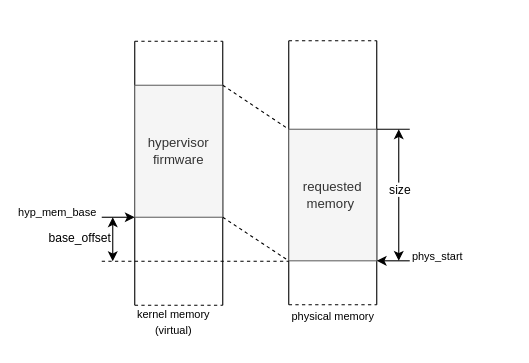
This is hypervisor memory.drawio from zhouhaoan/drawios, a draw.io file, before an edit. Source tidied: cells renumbered, new cells numbered last; positions are measured from the earlier drawing's top-left corner, leaving out a move shared by most shapes. Both pictures are drawn from the tidied source at 110%, with x=0, y=0 at pixel (24, 41).
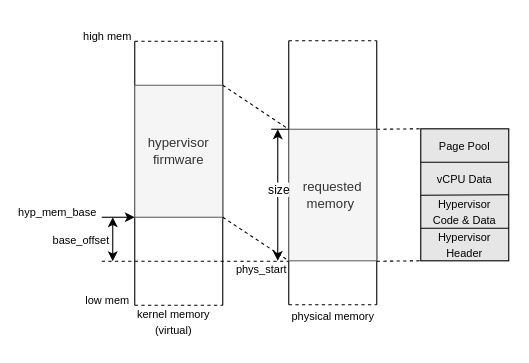
Above is the later version.

The change refers to these unchanged cells:
```xml
<mxCell id="24" style="endArrow=classic;startArrow=classic;html=1;rounded=0;" parent="1" edge="1">
  <mxGeometry relative="1" as="geometry">
    <mxPoint x="80" y="200" as="sourcePoint" />
    <mxPoint x="80" y="160" as="targetPoint" />
  </mxGeometry>
</mxCell>
```

What changed in the source:
```diff
@@
+    <mxCell id="26" style="rounded=0;whiteSpace=wrap;html=1;fillColor=#E6E6E6;" parent="1" vertex="1">
+      <mxGeometry x="360" y="79.6" width="80" height="120" as="geometry" />
+    </mxCell>
@@
-    <mxCell id="13" style="endArrow=classic;html=1;rounded=0;" parent="1" edge="1">
-      <mxGeometry relative="1" as="geometry">
-        <mxPoint x="350" y="199.6" as="sourcePoint" />
-        <mxPoint x="320" y="199.6" as="targetPoint" />
-      </mxGeometry>
-    </mxCell>
     <mxCell id="14" value="&lt;font style=&quot;font-size: 10px;&quot;&gt;phys_start&lt;/font&gt;" style="text;html=1;align=center;verticalAlign=middle;strokeColor=none;fillColor=none;" parent="1" vertex="1">
-      <mxGeometry x="340" y="179.6" width="70" height="30" as="geometry" />
+      <mxGeometry x="180" y="192" width="70" height="30" as="geometry" />
     </mxCell>
     <mxCell id="15" style="endArrow=none;html=1;rounded=0;" parent="1" edge="1">
       <mxGeometry relative="1" as="geometry">
-        <mxPoint x="320" y="80" as="sourcePoint" />
-        <mxPoint x="350" y="80" as="targetPoint" />
+        <mxPoint x="224" y="80" as="sourcePoint" />
+        <mxPoint x="240" y="80" as="targetPoint" />
       </mxGeometry>
     </mxCell>
     <mxCell id="16" style="endArrow=classic;startArrow=classic;html=1;rounded=0;" parent="1" edge="1">
       <mxGeometry relative="1" as="geometry">
-        <mxPoint x="340" y="199.6" as="sourcePoint" />
-        <mxPoint x="340" y="80" as="targetPoint" />
+        <mxPoint x="230" y="199.6" as="sourcePoint" />
+        <mxPoint x="230" y="80" as="targetPoint" />
       </mxGeometry>
     </mxCell>
@@
-    <mxCell id="25" value="base_offset" style="edgeLabel;html=1;align=center;verticalAlign=middle;" parent="24" vertex="1">
+    <mxCell id="25" value="&lt;font style=&quot;font-size: 10px;&quot;&gt;base_offset&lt;/font&gt;" style="edgeLabel;html=1;align=center;verticalAlign=middle;" parent="24" vertex="1">
       <mxGeometry x="0.1" relative="1" as="geometry">
-        <mxPoint x="-31" as="offset" />
+        <mxPoint x="-30" y="2" as="offset" />
       </mxGeometry>
     </mxCell>
+    <mxCell id="27" style="endArrow=none;html=1;rounded=0;entryX=1;entryY=0.75;entryDx=0;entryDy=0;exitX=0;exitY=0.75;exitDx=0;exitDy=0;" parent="1" edge="1">
+      <mxGeometry relative="1" as="geometry">
+        <mxPoint x="360" y="170" as="sourcePoint" />
+        <mxPoint x="440" y="170" as="targetPoint" />
+      </mxGeometry>
+    </mxCell>
+    <mxCell id="28" value="&lt;font style=&quot;font-size: 10px;&quot;&gt;Hypervisor Header&lt;/font&gt;" style="text;html=1;align=center;verticalAlign=middle;whiteSpace=wrap;rounded=0;" parent="1" vertex="1">
+      <mxGeometry x="370" y="169.6" width="60" height="30" as="geometry" />
+    </mxCell>
+    <mxCell id="29" style="endArrow=none;html=1;rounded=0;entryX=1;entryY=0.5;entryDx=0;entryDy=0;" parent="1" edge="1" target="26">
+      <mxGeometry relative="1" as="geometry">
+        <mxPoint x="360" y="140" as="sourcePoint" />
+      </mxGeometry>
+    </mxCell>
+    <mxCell id="30" value="&lt;font style=&quot;font-size: 10px;&quot;&gt;Hypervisor Code &amp;amp; Data&lt;/font&gt;" style="text;html=1;align=center;verticalAlign=middle;whiteSpace=wrap;rounded=0;" parent="1" vertex="1">
+      <mxGeometry x="365" y="139.6" width="70" height="30" as="geometry" />
+    </mxCell>
+    <mxCell id="31" value="&lt;font style=&quot;font-size: 10px;&quot;&gt;Page Pool&lt;/font&gt;" style="text;html=1;align=center;verticalAlign=middle;whiteSpace=wrap;rounded=0;" parent="1" vertex="1">
+      <mxGeometry x="370" y="80" width="60" height="30" as="geometry" />
+    </mxCell>
+    <mxCell id="32" style="endArrow=none;dashed=1;html=1;rounded=0;entryX=0;entryY=0;entryDx=0;entryDy=0;" parent="1" edge="1" target="26">
+      <mxGeometry relative="1" as="geometry">
+        <mxPoint x="320" y="80" as="sourcePoint" />
+      </mxGeometry>
+    </mxCell>
+    <mxCell id="33" style="endArrow=none;dashed=1;html=1;rounded=0;entryX=0;entryY=1;entryDx=0;entryDy=0;" parent="1" edge="1" target="26">
+      <mxGeometry relative="1" as="geometry">
+        <mxPoint x="320" y="200" as="sourcePoint" />
+      </mxGeometry>
+    </mxCell>
+    <mxCell id="34" value="&lt;font style=&quot;font-size: 10px;&quot;&gt;low mem&lt;/font&gt;" style="text;html=1;align=center;verticalAlign=middle;strokeColor=none;fillColor=none;" parent="1" vertex="1">
+      <mxGeometry x="45" y="220" width="60" height="30" as="geometry" />
+    </mxCell>
+    <mxCell id="35" value="&lt;font style=&quot;font-size: 10px;&quot;&gt;high mem&lt;/font&gt;" style="text;html=1;align=center;verticalAlign=middle;strokeColor=none;fillColor=none;" parent="1" vertex="1">
+      <mxGeometry x="40" y="-20" width="70" height="30" as="geometry" />
+    </mxCell>
+    <mxCell id="36" style="endArrow=none;html=1;rounded=0;entryX=1;entryY=0.5;entryDx=0;entryDy=0;" parent="1" edge="1">
+      <mxGeometry relative="1" as="geometry">
+        <mxPoint x="360" y="110" as="sourcePoint" />
+        <mxPoint x="440" y="110" as="targetPoint" />
+      </mxGeometry>
+    </mxCell>
+    <mxCell id="37" value="&lt;font style=&quot;font-size: 10px;&quot;&gt;vCPU Data&lt;/font&gt;" style="text;html=1;align=center;verticalAlign=middle;whiteSpace=wrap;rounded=0;" parent="1" vertex="1">
+      <mxGeometry x="370" y="109.6" width="60" height="30" as="geometry" />
+    </mxCell>
```
